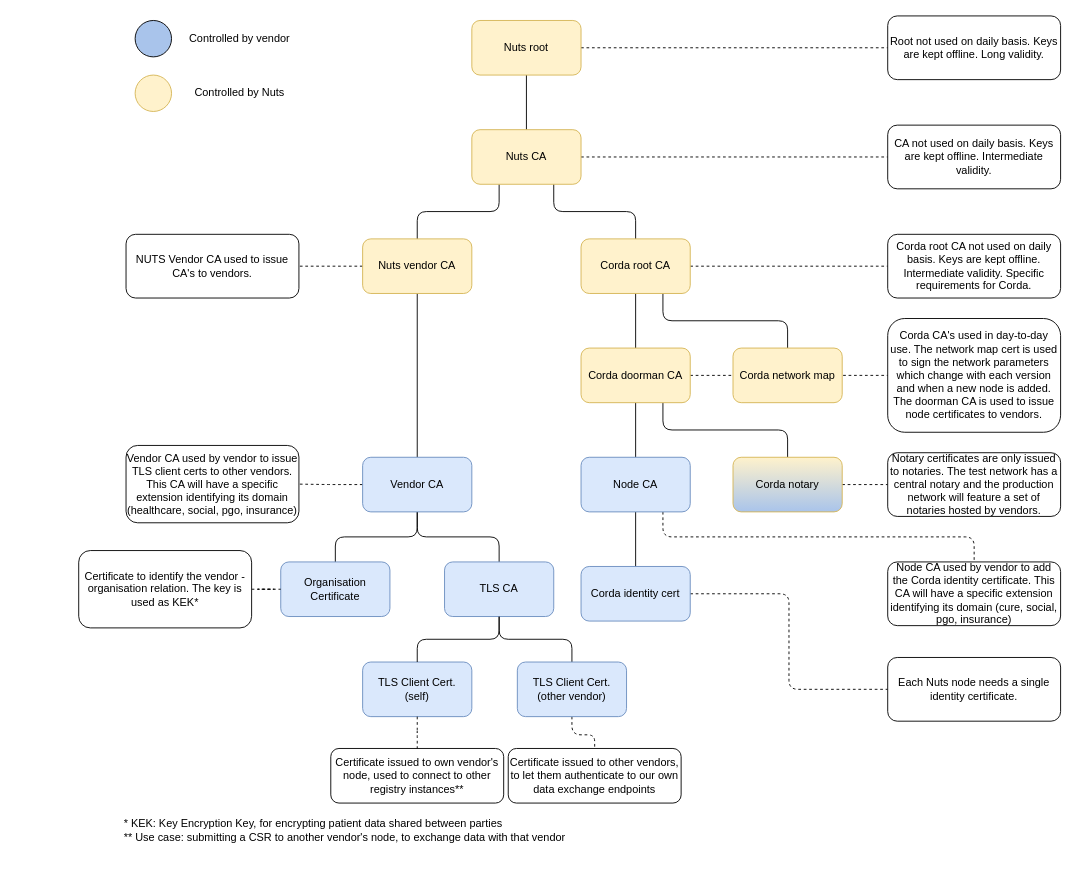
Before: diagrams/certificates.drawio in nuts-foundation/nuts-documentation, a draw.io diagram. Source tidied: cells renumbered, new cells numbered last; positions are measured from the earlier drawing's top-left corner, leaving out a move shared by most shapes. Both pictures are drawn from the tidied source at 91%, with x=0, y=0 at pixel (78, 15).
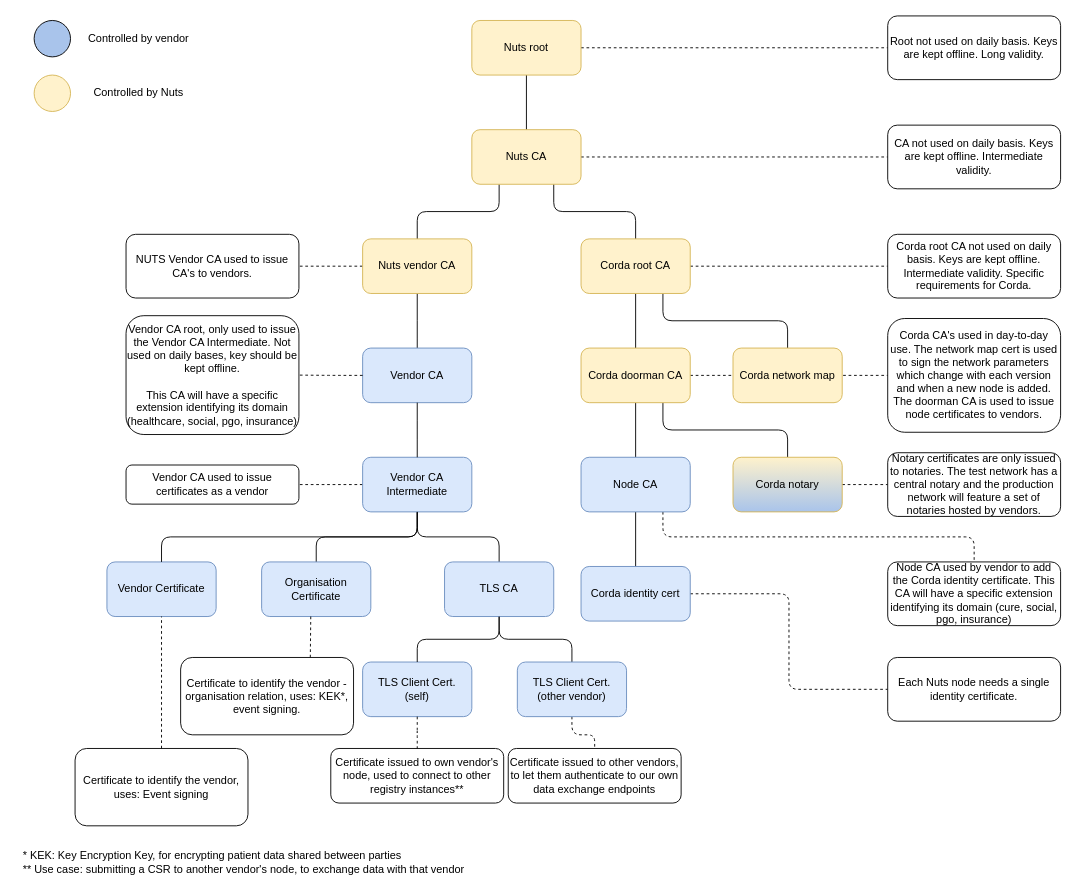
The same page after the edit.

Commit message (it also covers changes not shown here):
Added Vendor and Vendor CA Intermediate to cert spec

The change refers to these unchanged cells:
```xml
<mxCell id="11" value="Nuts vendor CA" style="rounded=1;whiteSpace=wrap;html=1;fillColor=#fff2cc;strokeColor=#d6b656;" parent="1" vertex="1">
  <mxGeometry x="312" y="245" width="120" height="60" as="geometry" />
</mxCell>
```

Change to the diagram source:
```diff
@@
-    <mxCell id="9" style="edgeStyle=orthogonalEdgeStyle;rounded=1;jettySize=auto;html=1;exitX=0.5;exitY=1;exitDx=0;exitDy=0;endArrow=none;endFill=0;fontColor=#000000;" parent="1" edge="1" source="11" target="29">
-      <mxGeometry relative="1" as="geometry" />
+    <mxCell id="9" style="edgeStyle=orthogonalEdgeStyle;rounded=1;jettySize=auto;html=1;exitX=0.5;exitY=1;exitDx=0;exitDy=0;endArrow=none;endFill=0;fontColor=#000000;entryX=0.5;entryY=0;entryDx=0;entryDy=0;" parent="1" edge="1" source="11" target="62">
+      <mxGeometry relative="1" as="geometry">
+        <Array as="points">
+          <mxPoint x="372" y="345" />
+          <mxPoint x="372" y="345" />
+        </Array>
+      </mxGeometry>
     </mxCell>
@@
-    <mxCell id="28" style="edgeStyle=orthogonalEdgeStyle;rounded=1;jettySize=auto;html=1;endArrow=none;endFill=0;" parent="1" edge="1" source="29" target="30">
+    <mxCell id="28" style="edgeStyle=orthogonalEdgeStyle;rounded=1;jettySize=auto;html=1;endArrow=none;endFill=0;entryX=0.5;entryY=0;entryDx=0;entryDy=0;" parent="1" edge="1" source="29" target="30">
       <mxGeometry relative="1" as="geometry" />
     </mxCell>
-    <mxCell id="29" value="Vendor CA" style="rounded=1;whiteSpace=wrap;html=1;fillColor=#dae8fc;strokeColor=#6c8ebf;" parent="1" vertex="1">
+    <mxCell id="29" value="Vendor CA Intermediate" style="rounded=1;whiteSpace=wrap;html=1;fillColor=#dae8fc;strokeColor=#6c8ebf;" parent="1" vertex="1">
       <mxGeometry x="312" y="485" width="120" height="60" as="geometry" />
     </mxCell>
     <mxCell id="30" value="Organisation Certificate" style="rounded=1;whiteSpace=wrap;html=1;fillColor=#dae8fc;strokeColor=#6c8ebf;" parent="1" vertex="1">
-      <mxGeometry x="222" y="600" width="120" height="60" as="geometry" />
+      <mxGeometry x="201" y="600" width="120" height="60" as="geometry" />
     </mxCell>
@@
-    <mxCell id="45" value="Vendor CA used by vendor to issue TLS client certs to other vendors. This CA will have a specific extension identifying its domain (healthcare, social, pgo, insurance)" style="text;html=1;align=center;verticalAlign=middle;whiteSpace=wrap;rounded=1;strokeColor=#000000;fillColor=#ffffff;fontColor=#000000;" parent="1" vertex="1">
-      <mxGeometry x="52" y="472" width="190" height="85" as="geometry" />
+    <mxCell id="45" value="Vendor CA used to issue certificates as a vendor" style="text;html=1;align=center;verticalAlign=middle;whiteSpace=wrap;rounded=1;strokeColor=#000000;fillColor=#ffffff;fontColor=#000000;" parent="1" vertex="1">
+      <mxGeometry x="52" y="493.5" width="190" height="43" as="geometry" />
     </mxCell>
@@
     <mxCell id="47" style="ellipse;whiteSpace=wrap;html=1;rounded=1;strokeColor=#000000;fillColor=#A9C4EB;gradientColor=none;align=center;" parent="1" vertex="1">
-      <mxGeometry x="62" y="5" width="40" height="40" as="geometry" />
+      <mxGeometry x="-49" y="5" width="40" height="40" as="geometry" />
     </mxCell>
     <mxCell id="48" value="Controlled by vendor" style="text;html=1;strokeColor=none;fillColor=none;align=center;verticalAlign=middle;whiteSpace=wrap;rounded=0;" parent="1" vertex="1">
-      <mxGeometry x="112" y="15" width="130" height="20" as="geometry" />
+      <mxGeometry x="1" y="15" width="130" height="20" as="geometry" />
     </mxCell>
     <mxCell id="49" style="ellipse;whiteSpace=wrap;html=1;rounded=1;strokeColor=#d6b656;fillColor=#fff2cc;align=center;" parent="1" vertex="1">
-      <mxGeometry x="62" y="65" width="40" height="40" as="geometry" />
+      <mxGeometry x="-49" y="65" width="40" height="40" as="geometry" />
     </mxCell>
     <mxCell id="50" value="Controlled by Nuts" style="text;html=1;strokeColor=none;fillColor=none;align=center;verticalAlign=middle;whiteSpace=wrap;rounded=0;" parent="1" vertex="1">
-      <mxGeometry x="112" y="75" width="130" height="20" as="geometry" />
+      <mxGeometry x="1" y="75" width="130" height="20" as="geometry" />
     </mxCell>
-    <mxCell id="51" style="edgeStyle=entityRelationEdgeStyle;rounded=1;jettySize=auto;html=1;dashed=1;endArrow=none;endFill=0;" parent="1" edge="1" source="52" target="30">
-      <mxGeometry relative="1" as="geometry" />
+    <mxCell id="51" style="rounded=1;jettySize=auto;html=1;dashed=1;endArrow=none;endFill=0;exitX=0.75;exitY=0;exitDx=0;exitDy=0;" parent="1" edge="1" source="52">
+      <mxGeometry relative="1" as="geometry">
+        <mxPoint x="255" y="660" as="targetPoint" />
+      </mxGeometry>
     </mxCell>
-    <mxCell id="52" value="Certificate to identify the vendor - organisation relation. The key is used as KEK*" style="text;html=1;align=center;verticalAlign=middle;whiteSpace=wrap;rounded=1;strokeColor=#000000;fillColor=#ffffff;fontColor=#000000;" parent="1" vertex="1">
-      <mxGeometry y="587.5" width="190" height="85" as="geometry" />
+    <mxCell id="52" value="Certificate to identify the vendor - organisation relation, uses: KEK*, event signing." style="text;html=1;align=center;verticalAlign=middle;whiteSpace=wrap;rounded=1;strokeColor=#000000;fillColor=#ffffff;fontColor=#000000;" parent="1" vertex="1">
+      <mxGeometry x="112" y="705" width="190" height="85" as="geometry" />
     </mxCell>
     <mxCell id="53" value="&lt;div style=&quot;text-align: left&quot;&gt;&lt;span&gt;* KEK: Key Encryption Key, for encrypting patient data shared between parties&lt;br&gt;&lt;/span&gt;&lt;/div&gt;&lt;div style=&quot;text-align: left&quot;&gt;&lt;span&gt;** Use case: submitting a CSR to another vendor's node, to exchange data with that vendor&lt;/span&gt;&lt;/div&gt;" style="text;html=1;align=center;verticalAlign=middle;fillColor=none;strokeColor=none;rounded=0;" parent="1" vertex="1">
-      <mxGeometry x="42" y="880" width="500" height="30" as="geometry" />
+      <mxGeometry x="-69" y="915" width="500" height="30" as="geometry" />
     </mxCell>
@@
+    <mxCell id="58" value="Vendor Certificate" style="rounded=1;whiteSpace=wrap;html=1;fillColor=#dae8fc;strokeColor=#6c8ebf;" parent="1" vertex="1">
+      <mxGeometry x="31" y="600" width="120" height="60" as="geometry" />
+    </mxCell>
+    <mxCell id="59" style="edgeStyle=orthogonalEdgeStyle;rounded=1;jettySize=auto;html=1;endArrow=none;endFill=0;exitX=0.5;exitY=1;exitDx=0;exitDy=0;" parent="1" edge="1" source="29" target="58">
+      <mxGeometry relative="1" as="geometry" />
+    </mxCell>
+    <mxCell id="60" value="Certificate to identify the vendor, uses: Event signing" style="text;html=1;align=center;verticalAlign=middle;whiteSpace=wrap;rounded=1;strokeColor=#000000;fillColor=#ffffff;fontColor=#000000;" parent="1" vertex="1">
+      <mxGeometry x="-4" y="805" width="190" height="85" as="geometry" />
+    </mxCell>
+    <mxCell id="61" style="rounded=1;jettySize=auto;html=1;dashed=1;endArrow=none;endFill=0;entryX=0.5;entryY=1;entryDx=0;entryDy=0;" parent="1" edge="1" source="60" target="58">
+      <mxGeometry relative="1" as="geometry" />
+    </mxCell>
+    <mxCell id="62" value="Vendor CA" style="rounded=1;whiteSpace=wrap;html=1;fillColor=#dae8fc;strokeColor=#6c8ebf;" parent="1" vertex="1">
+      <mxGeometry x="312" y="365" width="120" height="60" as="geometry" />
+    </mxCell>
+    <mxCell id="63" style="edgeStyle=orthogonalEdgeStyle;rounded=1;jettySize=auto;html=1;exitX=0.5;exitY=1;exitDx=0;exitDy=0;endArrow=none;endFill=0;fontColor=#000000;entryX=0.5;entryY=0;entryDx=0;entryDy=0;" parent="1" edge="1" source="62" target="29">
+      <mxGeometry relative="1" as="geometry">
+        <Array as="points">
+          <mxPoint x="372" y="455" />
+          <mxPoint x="372" y="455" />
+        </Array>
+      </mxGeometry>
+    </mxCell>
+    <mxCell id="64" value="Vendor CA root, only used to issue the Vendor CA Intermediate. Not used on daily bases, key should be kept offline.&lt;br&gt;&lt;br&gt;This CA will have a specific extension identifying its domain (healthcare, social, pgo, insurance)" style="text;html=1;align=center;verticalAlign=middle;whiteSpace=wrap;rounded=1;strokeColor=#000000;fillColor=#ffffff;fontColor=#000000;" parent="1" vertex="1">
+      <mxGeometry x="52" y="329.4" width="190" height="130.6" as="geometry" />
+    </mxCell>
+    <mxCell id="65" style="edgeStyle=orthogonalEdgeStyle;rounded=1;jettySize=auto;html=1;exitX=0;exitY=0.5;exitDx=0;exitDy=0;dashed=1;endArrow=none;endFill=0;entryX=1;entryY=0.5;entryDx=0;entryDy=0;" parent="1" edge="1" source="62" target="64">
+      <mxGeometry relative="1" as="geometry" />
+    </mxCell>
```
